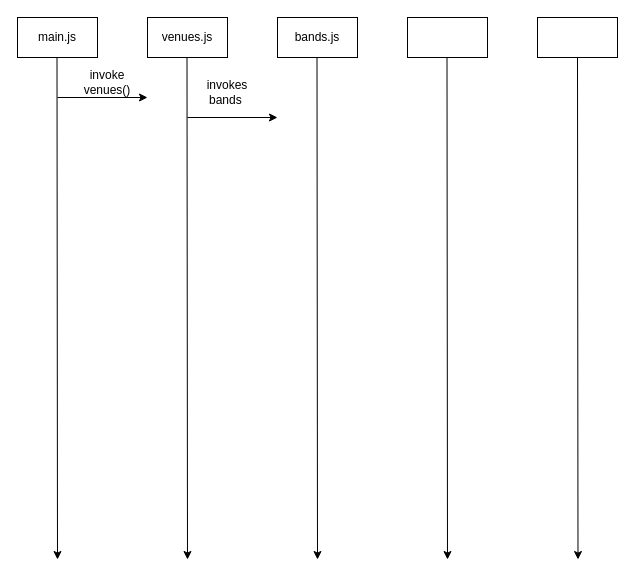
The draw.io diagram graphs/sequence.drawio in Daniel-Bennett777/NSS-tour-sugar, before the edit. Source tidied: cells renumbered, new cells numbered last; positions are measured from the earlier drawing's top-left corner, leaving out a move shared by most shapes. Both pictures are drawn from the tidied source at 100%, with x=0, y=0 at pixel (17, 17).
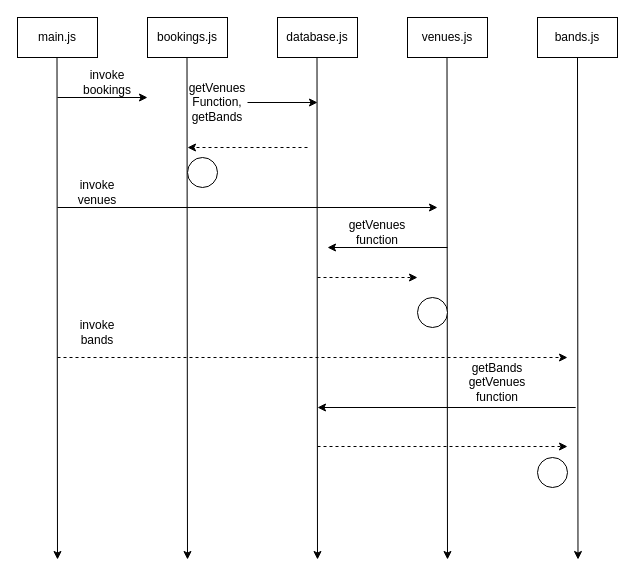
After the change.

The edit, as a diff of the source:
```diff
@@
-    <mxCell id="2" value="venues.js" style="whiteSpace=wrap;html=1;" parent="1" vertex="1">
+    <mxCell id="2" value="bookings.js" style="whiteSpace=wrap;html=1;" parent="1" vertex="1">
       <mxGeometry x="130" width="80" height="40" as="geometry" />
     </mxCell>
@@
-    <mxCell id="4" value="bands.js" style="whiteSpace=wrap;html=1;" parent="1" vertex="1">
+    <mxCell id="4" value="database.js" style="whiteSpace=wrap;html=1;" parent="1" vertex="1">
       <mxGeometry x="260" width="80" height="40" as="geometry" />
     </mxCell>
-    <mxCell id="5" style="whiteSpace=wrap;html=1;" parent="1" vertex="1">
+    <mxCell id="5" value="venues.js" style="whiteSpace=wrap;html=1;" parent="1" vertex="1">
       <mxGeometry x="390" width="80" height="40" as="geometry" />
     </mxCell>
-    <mxCell id="6" style="whiteSpace=wrap;html=1;" parent="1" vertex="1">
+    <mxCell id="6" value="bands.js" style="whiteSpace=wrap;html=1;" parent="1" vertex="1">
       <mxGeometry x="520" width="80" height="40" as="geometry" />
     </mxCell>
@@
-    <mxCell id="13" value="invoke venues()" style="text;strokeColor=none;align=center;fillColor=none;html=1;verticalAlign=middle;whiteSpace=wrap;rounded=0;" parent="1" vertex="1">
+    <mxCell id="13" value="invoke bookings" style="text;strokeColor=none;align=center;fillColor=none;html=1;verticalAlign=middle;whiteSpace=wrap;rounded=0;" parent="1" vertex="1">
       <mxGeometry x="60" y="50" width="60" height="30" as="geometry" />
     </mxCell>
-    <mxCell id="14" style="endArrow=classic;html=1;fontSize=19;fontColor=#124A18;" parent="1" edge="1">
-      <mxGeometry relative="1" as="geometry">
-        <mxPoint x="170" y="100" as="sourcePoint" />
-        <mxPoint x="260" y="100" as="targetPoint" />
-      </mxGeometry>
-    </mxCell>
-    <mxCell id="15" value="invokes bands&amp;nbsp;" style="text;strokeColor=none;align=center;fillColor=none;html=1;verticalAlign=middle;whiteSpace=wrap;rounded=0;" parent="1" vertex="1">
-      <mxGeometry x="180" y="60" width="60" height="30" as="geometry" />
+    <mxCell id="15" style="endArrow=classic;html=1;fontSize=19;fontColor=#124A18;startArrow=none;" parent="1" edge="1" source="17">
+      <mxGeometry relative="1" as="geometry">
+        <mxPoint x="300" y="85" as="targetPoint" />
+      </mxGeometry>
     </mxCell>
+    <mxCell id="16" style="endArrow=none;html=1;fontSize=19;fontColor=#124A18;" parent="1" edge="1" target="17">
+      <mxGeometry relative="1" as="geometry">
+        <mxPoint x="170" y="90" as="sourcePoint" />
+      </mxGeometry>
+    </mxCell>
+    <mxCell id="17" value="getVenues Function, getBands" style="text;strokeColor=none;align=center;fillColor=none;html=1;verticalAlign=middle;whiteSpace=wrap;rounded=0;" parent="1" vertex="1">
+      <mxGeometry x="170" y="70" width="60" height="30" as="geometry" />
+    </mxCell>
+    <mxCell id="18" style="endArrow=classic;html=1;fontSize=19;fontColor=#124A18;dashed=1;" parent="1" edge="1">
+      <mxGeometry relative="1" as="geometry">
+        <mxPoint x="290" y="130" as="sourcePoint" />
+        <mxPoint x="170" y="130" as="targetPoint" />
+      </mxGeometry>
+    </mxCell>
+    <mxCell id="19" style="endArrow=classic;html=1;fontSize=19;fontColor=#124A18;" parent="1" edge="1">
+      <mxGeometry relative="1" as="geometry">
+        <mxPoint x="40" y="190" as="sourcePoint" />
+        <mxPoint x="420" y="190" as="targetPoint" />
+      </mxGeometry>
+    </mxCell>
+    <mxCell id="20" value="invoke venues" style="text;strokeColor=none;align=center;fillColor=none;html=1;verticalAlign=middle;whiteSpace=wrap;rounded=0;" parent="1" vertex="1">
+      <mxGeometry x="50" y="160" width="60" height="30" as="geometry" />
+    </mxCell>
+    <mxCell id="21" style="ellipse;whiteSpace=wrap;html=1;" parent="1" vertex="1">
+      <mxGeometry x="170" y="140" width="30" height="30" as="geometry" />
+    </mxCell>
+    <mxCell id="22" style="endArrow=classic;html=1;fontSize=19;fontColor=#124A18;" parent="1" edge="1">
+      <mxGeometry relative="1" as="geometry">
+        <mxPoint x="430" y="230" as="sourcePoint" />
+        <mxPoint x="310" y="230" as="targetPoint" />
+      </mxGeometry>
+    </mxCell>
+    <mxCell id="23" value="getVenues function" style="text;strokeColor=none;align=center;fillColor=none;html=1;verticalAlign=middle;whiteSpace=wrap;rounded=0;" parent="1" vertex="1">
+      <mxGeometry x="330" y="200" width="60" height="30" as="geometry" />
+    </mxCell>
+    <mxCell id="24" style="endArrow=classic;html=1;fontSize=19;fontColor=#124A18;dashed=1;" parent="1" edge="1">
+      <mxGeometry relative="1" as="geometry">
+        <mxPoint x="300" y="260" as="sourcePoint" />
+        <mxPoint x="400" y="260" as="targetPoint" />
+      </mxGeometry>
+    </mxCell>
+    <mxCell id="25" style="ellipse;whiteSpace=wrap;html=1;" parent="1" vertex="1">
+      <mxGeometry x="400" y="280" width="30" height="30" as="geometry" />
+    </mxCell>
+    <mxCell id="26" style="endArrow=classic;html=1;fontSize=19;fontColor=#124A18;dashed=1;" parent="1" edge="1">
+      <mxGeometry relative="1" as="geometry">
+        <mxPoint x="40" y="340" as="sourcePoint" />
+        <mxPoint x="550" y="340" as="targetPoint" />
+      </mxGeometry>
+    </mxCell>
+    <mxCell id="27" value="invoke bands" style="text;strokeColor=none;align=center;fillColor=none;html=1;verticalAlign=middle;whiteSpace=wrap;rounded=0;" parent="1" vertex="1">
+      <mxGeometry x="50" y="300" width="60" height="30" as="geometry" />
+    </mxCell>
+    <mxCell id="28" style="endArrow=classic;html=1;fontSize=19;fontColor=#124A18;" parent="1" edge="1">
+      <mxGeometry relative="1" as="geometry">
+        <mxPoint x="558.2" y="390" as="sourcePoint" />
+        <mxPoint x="300" y="390" as="targetPoint" />
+      </mxGeometry>
+    </mxCell>
+    <mxCell id="29" value="getBands getVenues function" style="text;strokeColor=none;align=center;fillColor=none;html=1;verticalAlign=middle;whiteSpace=wrap;rounded=0;" parent="1" vertex="1">
+      <mxGeometry x="450" y="350" width="60" height="30" as="geometry" />
+    </mxCell>
+    <mxCell id="30" style="endArrow=classic;html=1;fontSize=19;fontColor=#124A18;dashed=1;" parent="1" edge="1">
+      <mxGeometry relative="1" as="geometry">
+        <mxPoint x="300" y="429" as="sourcePoint" />
+        <mxPoint x="550" y="429" as="targetPoint" />
+      </mxGeometry>
+    </mxCell>
+    <mxCell id="31" style="ellipse;whiteSpace=wrap;html=1;" parent="1" vertex="1">
+      <mxGeometry x="520" y="440" width="30" height="30" as="geometry" />
+    </mxCell>
```
